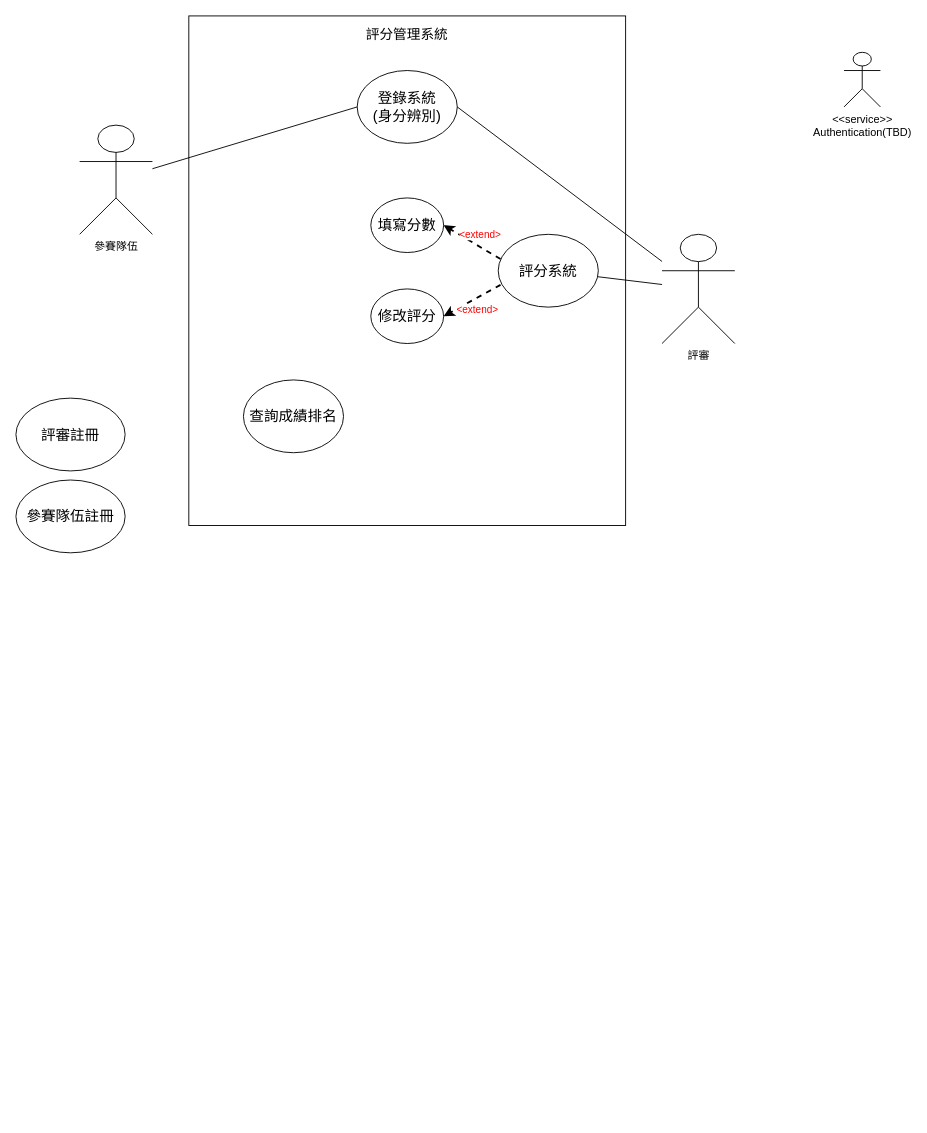
This is ScoringUserStory.drawio from bwr107m/HackaScore, a draw.io file, before an edit. Source tidied: cells renumbered, new cells numbered last; positions are measured from the earlier drawing's top-left corner, leaving out a move shared by most shapes. Both pictures are drawn from the tidied source at 91%, with x=0, y=0 at pixel (15, 15).
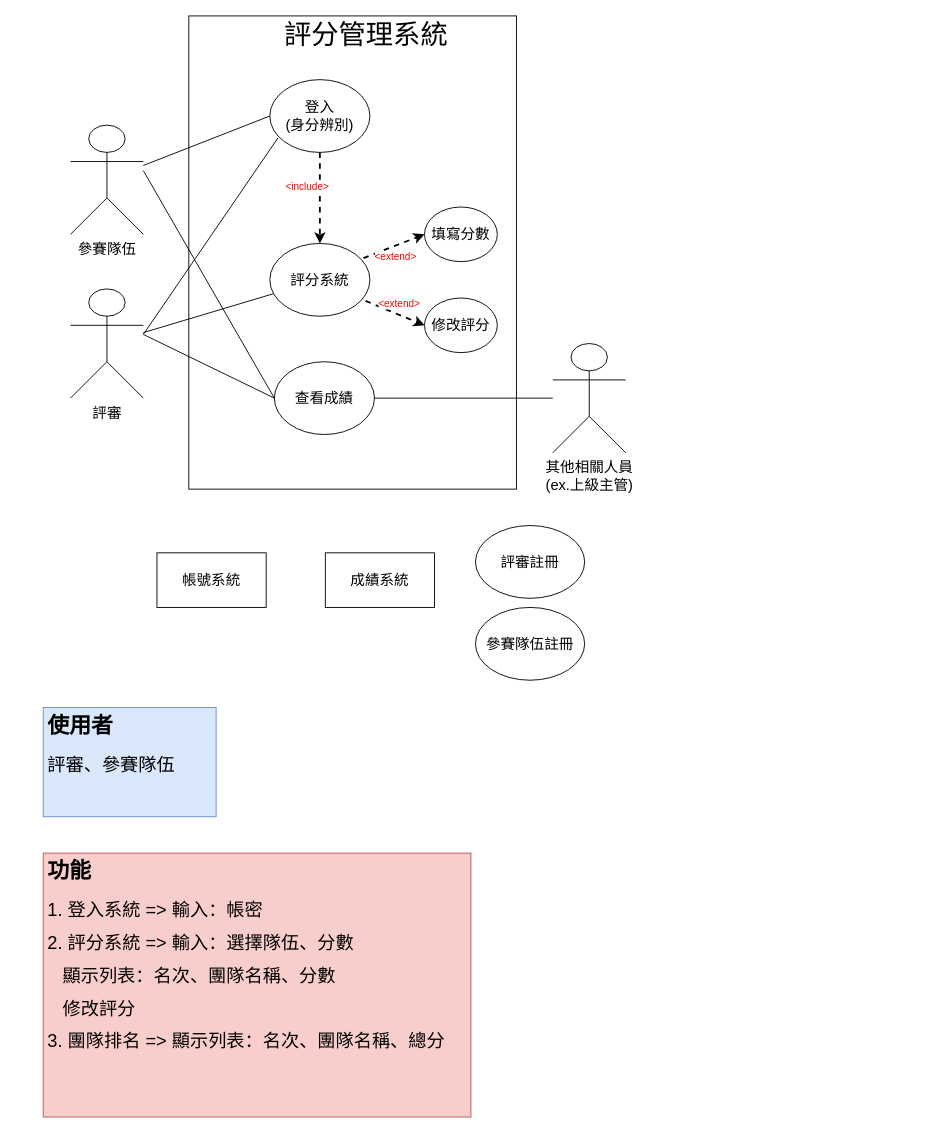
After the change.

Diff of the diagram source:
```diff
@@
-    <mxCell id="2" style="rounded=0;whiteSpace=wrap;html=1;" parent="1" vertex="1">
-      <mxGeometry x="190" width="480" height="560" as="geometry" />
-    </mxCell>
+    <mxCell id="19" style="rounded=0;whiteSpace=wrap;html=1;" parent="1" vertex="1">
+      <mxGeometry x="190" width="360" height="520" as="geometry" />
+    </mxCell>
-    <mxCell id="3" value="參賽隊伍" style="shape=umlActor;verticalLabelPosition=bottom;verticalAlign=top;html=1;outlineConnect=0;" parent="1" vertex="1">
-      <mxGeometry x="70" y="120" width="80" height="120" as="geometry" />
+    <mxCell id="3" value="&lt;font style=&quot;font-size: 16px&quot;&gt;參賽隊伍&lt;/font&gt;" style="shape=umlActor;verticalLabelPosition=bottom;verticalAlign=top;html=1;outlineConnect=0;" parent="1" vertex="1">
+      <mxGeometry x="60" y="120" width="80" height="120" as="geometry" />
     </mxCell>
-    <mxCell id="4" value="評審" style="shape=umlActor;verticalLabelPosition=bottom;verticalAlign=top;html=1;outlineConnect=0;" parent="1" vertex="1">
-      <mxGeometry x="710" y="240" width="80" height="120" as="geometry" />
+    <mxCell id="4" value="&lt;font style=&quot;font-size: 16px&quot;&gt;評審&lt;/font&gt;" style="shape=umlActor;verticalLabelPosition=bottom;verticalAlign=top;html=1;outlineConnect=0;" parent="1" vertex="1">
+      <mxGeometry x="60" y="300" width="80" height="120" as="geometry" />
     </mxCell>
-    <mxCell id="5" value="&lt;font style=&quot;font-size: 15px&quot;&gt;評分管理系統&lt;/font&gt;" style="text;html=1;strokeColor=none;fillColor=none;align=center;verticalAlign=middle;whiteSpace=wrap;rounded=0;" parent="1" vertex="1">
-      <mxGeometry x="370" width="120" height="40" as="geometry" />
+    <mxCell id="5" value="&lt;font style=&quot;font-size: 30px&quot;&gt;評分管理系統&lt;/font&gt;" style="text;html=1;strokeColor=none;fillColor=none;align=center;verticalAlign=middle;whiteSpace=wrap;rounded=0;" parent="1" vertex="1">
+      <mxGeometry x="280" width="210" height="40" as="geometry" />
     </mxCell>
-    <mxCell id="6" value="&lt;div style=&quot;font-size: 16px&quot;&gt;&lt;font style=&quot;font-size: 16px&quot;&gt;登錄系統&lt;/font&gt;&lt;/div&gt;&lt;div style=&quot;font-size: 16px&quot;&gt;&lt;font style=&quot;font-size: 16px&quot;&gt;(身分辨別)&lt;/font&gt;&lt;/div&gt;" style="ellipse;whiteSpace=wrap;html=1;" parent="1" vertex="1">
-      <mxGeometry x="375" y="60" width="110" height="80" as="geometry" />
+    <mxCell id="6" value="&lt;font style=&quot;font-size: 16px&quot;&gt;登入&lt;/font&gt;&lt;div style=&quot;font-size: 16px&quot;&gt;&lt;font style=&quot;font-size: 16px&quot;&gt;(身分辨別)&lt;/font&gt;&lt;/div&gt;" style="ellipse;whiteSpace=wrap;html=1;" parent="1" vertex="1">
+      <mxGeometry x="279" y="70" width="110" height="80" as="geometry" />
     </mxCell>
@@
     <mxCell id="8" value="&lt;font style=&quot;font-size: 16px&quot;&gt;評分系統&lt;/font&gt;" style="ellipse;whiteSpace=wrap;html=1;" parent="1" vertex="1">
-      <mxGeometry x="530" y="240" width="110" height="80" as="geometry" />
+      <mxGeometry x="279" y="250" width="110" height="80" as="geometry" />
     </mxCell>
-    <mxCell id="9" value="&lt;font style=&quot;font-size: 16px&quot;&gt;查詢成績排名&lt;/font&gt;" style="ellipse;whiteSpace=wrap;html=1;" parent="1" vertex="1">
-      <mxGeometry x="250" y="400" width="110" height="80" as="geometry" />
+    <mxCell id="9" value="&lt;font style=&quot;font-size: 16px&quot;&gt;查看成績&lt;/font&gt;" style="ellipse;whiteSpace=wrap;html=1;" parent="1" vertex="1">
+      <mxGeometry x="284" y="380" width="110" height="80" as="geometry" />
     </mxCell>
-    <mxCell id="10" style="endArrow=none;html=1;entryX=1;entryY=0.5;entryDx=0;entryDy=0;" parent="1" edge="1" source="4" target="6">
-      <mxGeometry relative="1" as="geometry" />
+    <mxCell id="10" style="endArrow=none;html=1;entryX=0.083;entryY=0.798;entryDx=0;entryDy=0;entryPerimeter=0;" parent="1" edge="1" target="6">
+      <mxGeometry relative="1" as="geometry">
+        <mxPoint x="140" y="350" as="sourcePoint" />
+      </mxGeometry>
     </mxCell>
@@
-    <mxCell id="12" value="&lt;div&gt;&amp;lt;&amp;lt;service&amp;gt;&amp;gt;&lt;br&gt;&lt;/div&gt;&lt;div&gt;Authentication(TBD)&lt;/div&gt;" style="shape=umlActor;verticalLabelPosition=bottom;verticalAlign=top;html=1;" parent="1" vertex="1">
-      <mxGeometry x="910" y="40" width="40" height="60" as="geometry" />
-    </mxCell>
     <mxCell id="13" value="&lt;font style=&quot;font-size: 16px&quot;&gt;填寫分數&lt;br&gt;&lt;/font&gt;" style="ellipse;whiteSpace=wrap;html=1;" parent="1" vertex="1">
-      <mxGeometry x="390" y="200" width="80" height="60" as="geometry" />
+      <mxGeometry x="449" y="210" width="80" height="60" as="geometry" />
     </mxCell>
     <mxCell id="14" value="&lt;div&gt;&lt;font style=&quot;font-size: 16px&quot;&gt;修改評分&lt;/font&gt;&lt;/div&gt;" style="ellipse;whiteSpace=wrap;html=1;" parent="1" vertex="1">
-      <mxGeometry x="390" y="300" width="80" height="60" as="geometry" />
+      <mxGeometry x="449" y="310" width="80" height="60" as="geometry" />
     </mxCell>
-    <mxCell id="15" value="&lt;font color=&quot;#FF0000&quot;&gt;&amp;lt;extend&amp;gt;&lt;/font&gt;" style="endArrow=classic;html=1;entryX=1;entryY=0.5;entryDx=0;entryDy=0;exitX=0.023;exitY=0.694;exitDx=0;exitDy=0;exitPerimeter=0;dashed=1;strokeWidth=2;" parent="1" edge="1" source="8" target="14">
+    <mxCell id="15" value="&lt;font color=&quot;#FF0000&quot;&gt;&amp;lt;extend&amp;gt;&lt;/font&gt;" style="endArrow=classic;html=1;entryX=0;entryY=0.5;entryDx=0;entryDy=0;exitX=0.957;exitY=0.79;exitDx=0;exitDy=0;exitPerimeter=0;dashed=1;strokeWidth=2;" parent="1" edge="1" source="8" target="14">
       <mxGeometry x="0.01" y="12" relative="1" as="geometry" />
     </mxCell>
-    <mxCell id="16" value="&lt;font color=&quot;#FF0000&quot;&gt;&amp;lt;extend&amp;gt;&lt;/font&gt;" style="endArrow=classic;html=1;entryX=1;entryY=0.5;entryDx=0;entryDy=0;exitX=0.023;exitY=0.34;exitDx=0;exitDy=0;exitPerimeter=0;dashed=1;strokeWidth=2;" parent="1" edge="1" source="8" target="13">
+    <mxCell id="16" value="&lt;font color=&quot;#FF0000&quot;&gt;&amp;lt;extend&amp;gt;&lt;/font&gt;" style="endArrow=classic;html=1;entryX=0;entryY=0.5;entryDx=0;entryDy=0;exitX=0.936;exitY=0.202;exitDx=0;exitDy=0;exitPerimeter=0;dashed=1;strokeWidth=2;" parent="1" edge="1" source="8" target="13">
       <mxGeometry x="-0.09" y="-12" relative="1" as="geometry" />
     </mxCell>
     <mxCell id="17" value="&lt;font style=&quot;font-size: 16px&quot;&gt;評審註冊&lt;br&gt;&lt;/font&gt;" style="ellipse;whiteSpace=wrap;html=1;" parent="1" vertex="1">
-      <mxGeometry y="420" width="120" height="80" as="geometry" />
+      <mxGeometry x="505" y="560" width="120" height="80" as="geometry" />
     </mxCell>
     <mxCell id="18" value="&lt;font style=&quot;font-size: 16px&quot;&gt;參賽隊伍註冊&lt;br&gt;&lt;/font&gt;" style="ellipse;whiteSpace=wrap;html=1;" parent="1" vertex="1">
-      <mxGeometry y="510" width="120" height="80" as="geometry" />
+      <mxGeometry x="505" y="650" width="120" height="80" as="geometry" />
     </mxCell>
+    <mxCell id="20" value="&lt;font style=&quot;font-size: 16px&quot;&gt;帳號系統&lt;br&gt;&lt;/font&gt;" style="rounded=0;whiteSpace=wrap;html=1;" parent="1" vertex="1">
+      <mxGeometry x="155" y="590" width="120" height="60" as="geometry" />
+    </mxCell>
+    <mxCell id="21" value="&lt;font style=&quot;font-size: 16px&quot;&gt;成績系統&lt;br&gt;&lt;/font&gt;" style="rounded=0;whiteSpace=wrap;html=1;" parent="1" vertex="1">
+      <mxGeometry x="340" y="590" width="120" height="60" as="geometry" />
+    </mxCell>
+    <mxCell id="22" value="&lt;h1&gt;使用者&lt;/h1&gt;&lt;p&gt;&lt;font style=&quot;font-size: 20px&quot;&gt;評審、參賽隊伍&lt;/font&gt;&lt;br&gt;&lt;/p&gt;" style="text;html=1;strokeColor=#6c8ebf;fillColor=#dae8fc;spacing=5;spacingTop=-20;whiteSpace=wrap;overflow=hidden;rounded=0;" parent="1" vertex="1">
+      <mxGeometry x="30" y="760" width="190" height="120" as="geometry" />
+    </mxCell>
+    <mxCell id="23" value="&lt;h1&gt;功能&lt;/h1&gt;&lt;p&gt;&lt;font style=&quot;font-size: 20px&quot;&gt;1. 登入系統 =&amp;gt; 輸入：帳密&lt;/font&gt;&lt;/p&gt;&lt;p&gt;&lt;font style=&quot;font-size: 20px&quot;&gt;2. 評分系統 =&amp;gt; 輸入：選擇隊伍、分數&lt;br&gt;&lt;/font&gt;&lt;/p&gt;&lt;p&gt;&lt;font style=&quot;font-size: 20px&quot;&gt;&lt;span style=&quot;white-space: pre&quot;&gt; &lt;/span&gt;&lt;span style=&quot;white-space: pre&quot;&gt; &lt;/span&gt;&lt;span style=&quot;white-space: pre&quot;&gt; &lt;/span&gt;顯示列表：名次、團隊名稱、分數&lt;br&gt;&lt;/font&gt;&lt;/p&gt;&lt;p&gt;&lt;font style=&quot;font-size: 20px&quot;&gt;&lt;span style=&quot;white-space: pre&quot;&gt; &lt;/span&gt;&lt;span style=&quot;white-space: pre&quot;&gt; &lt;/span&gt;&lt;span style=&quot;white-space: pre&quot;&gt; &lt;/span&gt;修改評分&lt;/font&gt;&lt;/p&gt;&lt;p&gt;&lt;font style=&quot;font-size: 20px&quot;&gt;3. 團隊排名 =&amp;gt; 顯示列表：名次、團隊名稱、總分&lt;/font&gt;&lt;br&gt;&lt;/p&gt;" style="text;html=1;strokeColor=#b85450;fillColor=#f8cecc;spacing=5;spacingTop=-20;whiteSpace=wrap;overflow=hidden;rounded=0;" parent="1" vertex="1">
+      <mxGeometry x="30" y="920" width="470" height="290" as="geometry" />
+    </mxCell>
+    <mxCell id="24" value="&lt;div&gt;&lt;font color=&quot;#FF0000&quot;&gt;&amp;lt;include&amp;gt;&lt;/font&gt;&lt;/div&gt;" style="endArrow=classic;html=1;exitX=0.5;exitY=1;exitDx=0;exitDy=0;dashed=1;strokeWidth=2;entryX=0.5;entryY=0;entryDx=0;entryDy=0;" parent="1" edge="1" source="6" target="8">
+      <mxGeometry x="-0.25" y="-14" relative="1" as="geometry" />
+    </mxCell>
+    <mxCell id="25" value="&lt;div style=&quot;font-size: 16px&quot;&gt;&lt;font style=&quot;font-size: 16px&quot;&gt;其他相關人員&lt;/font&gt;&lt;/div&gt;&lt;div style=&quot;font-size: 16px&quot;&gt;&lt;font style=&quot;font-size: 16px&quot;&gt;(ex.上級主管)&lt;br&gt;&lt;/font&gt;&lt;/div&gt;" style="shape=umlActor;verticalLabelPosition=bottom;verticalAlign=top;html=1;outlineConnect=0;" parent="1" vertex="1">
+      <mxGeometry x="590" y="360" width="80" height="120" as="geometry" />
+    </mxCell>
+    <mxCell id="26" style="endArrow=none;html=1;entryX=0;entryY=0.5;entryDx=0;entryDy=0;" parent="1" edge="1" target="9">
+      <mxGeometry relative="1" as="geometry">
+        <mxPoint x="140" y="350" as="sourcePoint" />
+      </mxGeometry>
+    </mxCell>
+    <mxCell id="27" style="endArrow=none;html=1;entryX=0;entryY=0.5;entryDx=0;entryDy=0;" parent="1" edge="1" target="9">
+      <mxGeometry relative="1" as="geometry">
+        <mxPoint x="140" y="170" as="sourcePoint" />
+      </mxGeometry>
+    </mxCell>
+    <mxCell id="28" style="endArrow=none;html=1;exitX=1;exitY=0.5;exitDx=0;exitDy=0;" parent="1" edge="1" source="9" target="25">
+      <mxGeometry relative="1" as="geometry" />
+    </mxCell>
```
